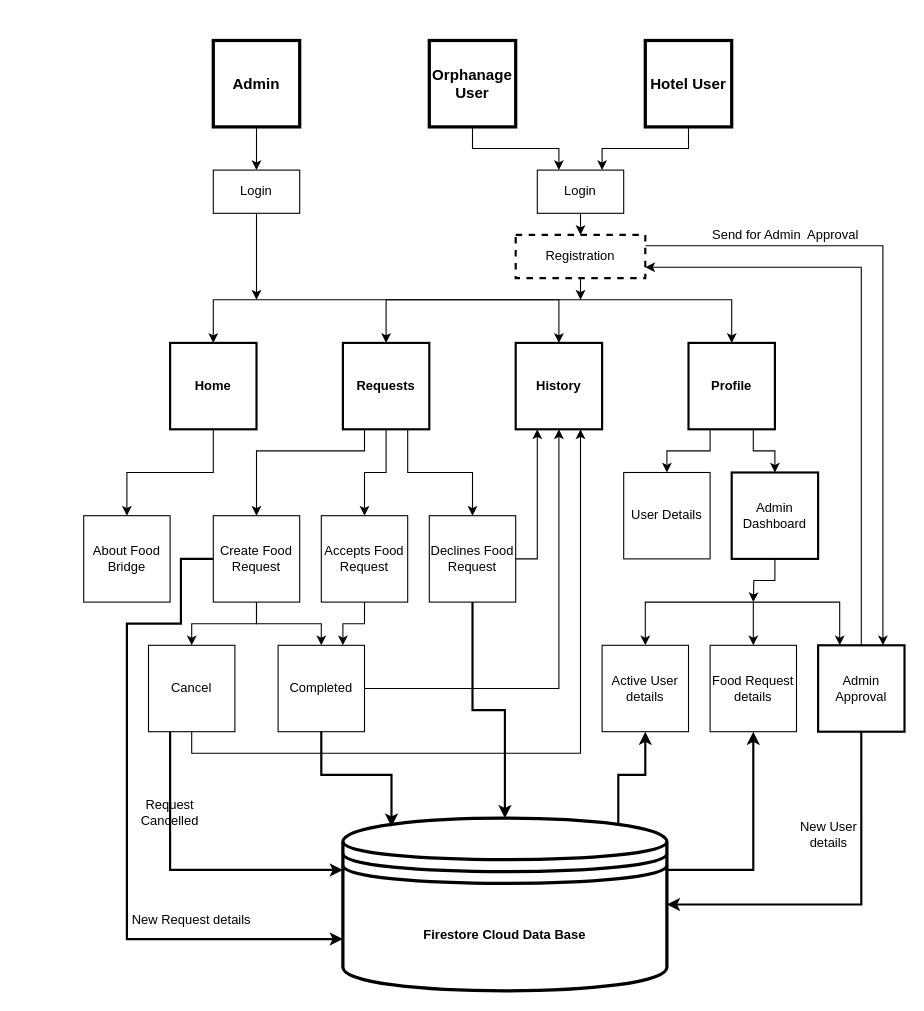
Above: fbReport_2.drawio in Sriram-V-99/MCA-Project- (draw.io), before the change. Source tidied: cells renumbered, new cells numbered last; positions are measured from the earlier drawing's top-left corner, leaving out a move shared by most shapes. Both pictures are drawn from the tidied source at 108%, with x=0, y=0 at pixel (83, 40).
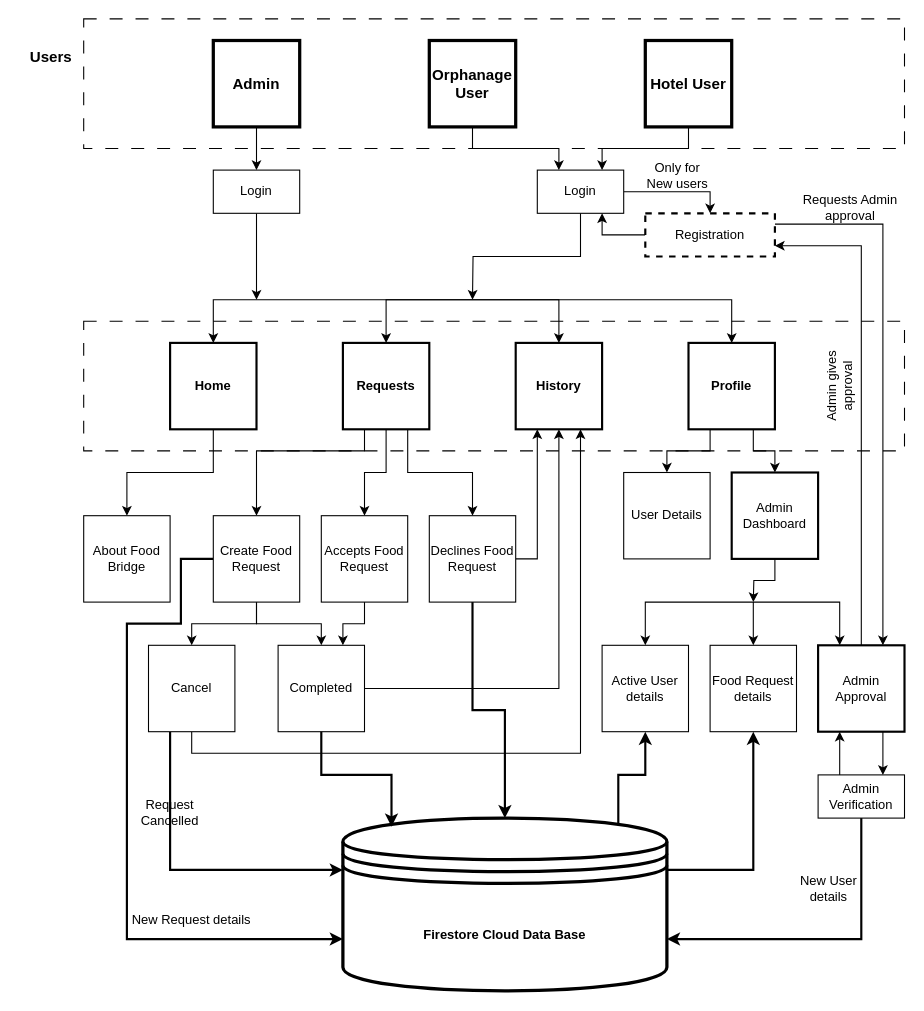
The same page after the edit.

Unchanged cells that the change refers to:
```xml
<mxCell id="35" value="Admin Approval" style="whiteSpace=wrap;html=1;strokeWidth=2;" parent="1" vertex="1">
  <mxGeometry x="680" y="560" width="80" height="80" as="geometry" />
</mxCell>
<mxCell id="41" value="Login" style="rounded=0;whiteSpace=wrap;html=1;" parent="1" vertex="1">
  <mxGeometry x="420" y="120" width="80" height="40" as="geometry" />
</mxCell>
<mxCell id="53" value="&lt;b&gt;Firestore Cloud Data Base&lt;/b&gt;" style="shape=datastore;whiteSpace=wrap;html=1;strokeWidth=3;" parent="1" vertex="1">
  <mxGeometry x="240" y="720" width="300" height="160" as="geometry" />
</mxCell>
```

What changed in the source:
```diff
@@
-    <mxCell id="28" style="edgeStyle=orthogonalEdgeStyle;rounded=0;jettySize=auto;html=1;exitX=0.5;exitY=1;exitDx=0;exitDy=0;" parent="1" edge="1" source="29">
-      <mxGeometry relative="1" as="geometry">
-        <mxPoint x="460" y="240" as="targetPoint" />
-      </mxGeometry>
-    </mxCell>
+    <mxCell id="60" style="edgeStyle=orthogonalEdgeStyle;rounded=0;jettySize=auto;html=1;exitX=0;exitY=0.5;exitDx=0;exitDy=0;entryX=0.75;entryY=1;entryDx=0;entryDy=0;" parent="1" edge="1" source="29" target="41">
+      <mxGeometry relative="1" as="geometry" />
+    </mxCell>
     <mxCell id="29" value="Registration" style="rounded=0;whiteSpace=wrap;html=1;dashed=1;strokeWidth=2;" parent="1" vertex="1">
-      <mxGeometry x="400" y="180" width="120" height="40" as="geometry" />
+      <mxGeometry x="520" y="160" width="120" height="40" as="geometry" />
     </mxCell>
@@
-    <mxCell id="34" style="edgeStyle=orthogonalEdgeStyle;rounded=0;jettySize=auto;html=1;exitX=0.5;exitY=1;exitDx=0;exitDy=0;entryX=1;entryY=0.5;entryDx=0;entryDy=0;strokeWidth=2;" parent="1" edge="1" source="35" target="53">
-      <mxGeometry relative="1" as="geometry" />
-    </mxCell>
+    <mxCell id="61" style="edgeStyle=orthogonalEdgeStyle;rounded=0;jettySize=auto;html=1;exitX=0.75;exitY=1;exitDx=0;exitDy=0;entryX=0.75;entryY=0;entryDx=0;entryDy=0;" parent="1" edge="1" source="35" target="68">
+      <mxGeometry relative="1" as="geometry" />
+    </mxCell>
@@
+    <mxCell id="62" style="edgeStyle=orthogonalEdgeStyle;rounded=0;jettySize=auto;html=1;exitX=0.5;exitY=1;exitDx=0;exitDy=0;" parent="1" edge="1" source="41">
+      <mxGeometry relative="1" as="geometry">
+        <mxPoint x="360" y="240" as="targetPoint" />
+      </mxGeometry>
+    </mxCell>
-    <mxCell id="40" style="edgeStyle=orthogonalEdgeStyle;rounded=0;jettySize=auto;html=1;exitX=0.5;exitY=1;exitDx=0;exitDy=0;entryX=0.5;entryY=0;entryDx=0;entryDy=0;" parent="1" edge="1" source="41" target="29">
+    <mxCell id="40" style="edgeStyle=orthogonalEdgeStyle;rounded=0;jettySize=auto;html=1;exitX=1;exitY=0.5;exitDx=0;exitDy=0;entryX=0.5;entryY=0;entryDx=0;entryDy=0;" parent="1" edge="1" source="41" target="29">
       <mxGeometry relative="1" as="geometry" />
     </mxCell>
@@
     <mxCell id="55" value="New User details" style="text;html=1;align=center;verticalAlign=middle;whiteSpace=wrap;rounded=0;" parent="1" vertex="1">
-      <mxGeometry x="660" y="720" width="60" height="30" as="geometry" />
+      <mxGeometry x="660" y="770" width="60" height="30" as="geometry" />
     </mxCell>
@@
-    <mxCell id="57" value="Send for Admin&amp;nbsp; Approval" style="text;html=1;align=center;verticalAlign=middle;whiteSpace=wrap;rounded=0;" parent="1" vertex="1">
-      <mxGeometry x="580" y="170" width="140" height="20" as="geometry" />
-    </mxCell>
@@
+    <mxCell id="63" style="rounded=0;whiteSpace=wrap;html=1;fillColor=none;dashed=1;dashPattern=12 12;" parent="1" vertex="1">
+      <mxGeometry y="-20" width="760" height="120" as="geometry" />
+    </mxCell>
+    <mxCell id="64" value="&lt;b&gt;&lt;font style=&quot;font-size: 14px;&quot;&gt;Users&lt;/font&gt;&lt;/b&gt;" style="text;html=1;align=center;verticalAlign=middle;whiteSpace=wrap;rounded=0;" parent="1" vertex="1">
+      <mxGeometry x="-60" width="60" height="30" as="geometry" />
+    </mxCell>
+    <mxCell id="65" style="rounded=0;whiteSpace=wrap;html=1;fillColor=none;dashed=1;dashPattern=12 12;" parent="1" vertex="1">
+      <mxGeometry y="260" width="760" height="120" as="geometry" />
+    </mxCell>
+    <mxCell id="66" style="edgeStyle=orthogonalEdgeStyle;rounded=0;jettySize=auto;html=1;exitX=0.5;exitY=1;exitDx=0;exitDy=0;entryX=1;entryY=0.7;entryDx=0;entryDy=0;strokeWidth=2;" parent="1" edge="1" source="68" target="53">
+      <mxGeometry relative="1" as="geometry" />
+    </mxCell>
+    <mxCell id="67" style="edgeStyle=orthogonalEdgeStyle;rounded=0;jettySize=auto;html=1;exitX=0.25;exitY=0;exitDx=0;exitDy=0;entryX=0.25;entryY=1;entryDx=0;entryDy=0;" parent="1" edge="1" source="68" target="35">
+      <mxGeometry relative="1" as="geometry" />
+    </mxCell>
+    <mxCell id="68" value="Admin Verification" style="rounded=0;whiteSpace=wrap;html=1;" parent="1" vertex="1">
+      <mxGeometry x="680" y="680" width="80" height="40" as="geometry" />
+    </mxCell>
+    <mxCell id="69" value="Only for New users" style="text;html=1;align=center;verticalAlign=middle;whiteSpace=wrap;rounded=0;" parent="1" vertex="1">
+      <mxGeometry x="520" y="110" width="60" height="30" as="geometry" />
+    </mxCell>
+    <mxCell id="70" value="Requests Admin approval" style="text;html=1;align=center;verticalAlign=middle;whiteSpace=wrap;rounded=0;" parent="1" vertex="1">
+      <mxGeometry x="660" y="140" width="100" height="30" as="geometry" />
+    </mxCell>
+    <mxCell id="71" value="Admin gives approval" style="text;html=1;align=center;verticalAlign=middle;whiteSpace=wrap;rounded=0;rotation=-90;" parent="1" vertex="1">
+      <mxGeometry x="660" y="300" width="80" height="40" as="geometry" />
+    </mxCell>
```
